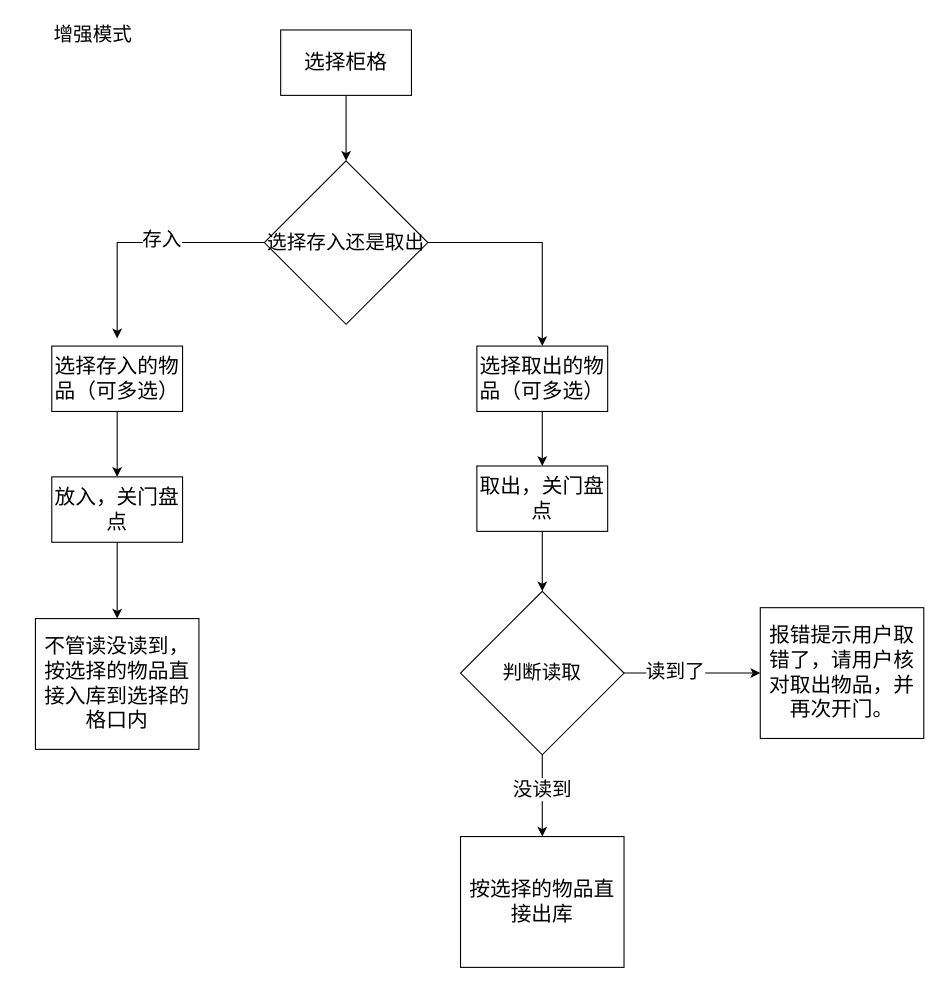
Before: 昌吉rfid增强模式.drawio in captain188/draw.io, a draw.io diagram. Source tidied: cells renumbered, new cells numbered last; positions are measured from the earlier drawing's top-left corner, leaving out a move shared by most shapes. Both pictures are drawn from the tidied source at 109%, with x=0, y=0 at pixel (19, 19).
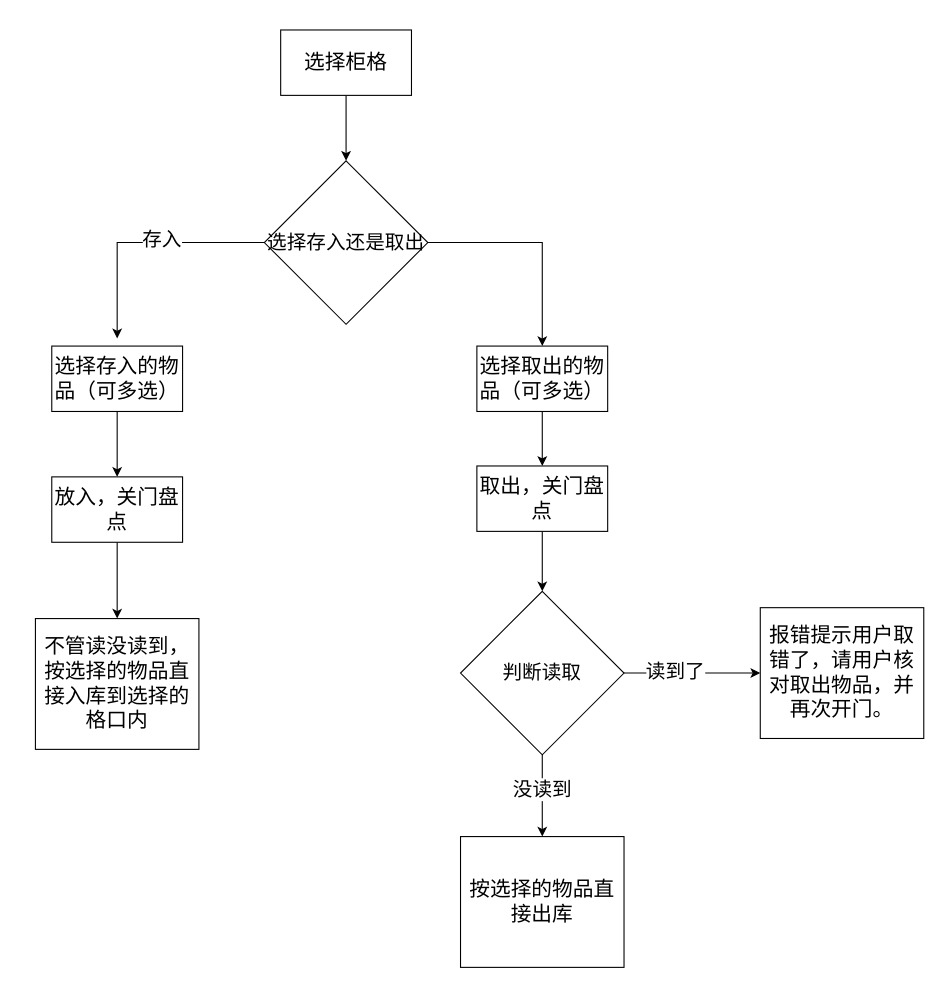
The same page after the edit.

Commit message (it also covers changes not shown here):
更新昌吉rfid增强模式.drawio

What changed in the source:
```diff
@@
-    <mxCell id="24" value="&lt;font style=&quot;font-size: 18px;&quot;&gt;增强模式&lt;/font&gt;" style="text;html=1;whiteSpace=wrap;strokeColor=none;fillColor=none;align=center;verticalAlign=middle;rounded=0;" parent="1" vertex="1">
-      <mxGeometry width="136" height="30" as="geometry" />
-    </mxCell>
```
